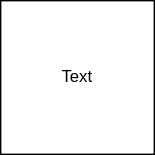
Above: 4-26-main-lab/Lab 4 - Decision Tree.svg in sdaffer/CS-142 (draw.io), before the change. Source tidied: cells renumbered, new cells last; positions are measured from the earlier drawing's top-left corner, leaving out a move shared by most shapes.
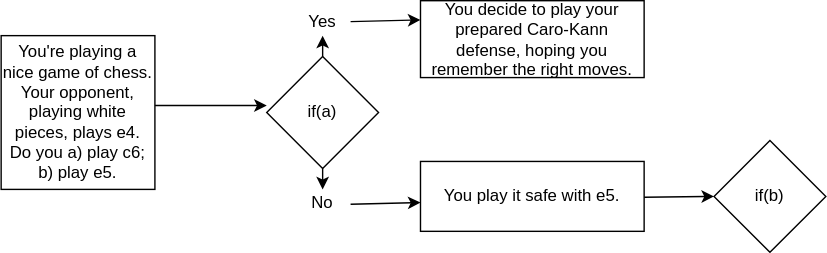
The same file after the commit.

What changed in the source:
```diff
@@ -5,8 +5,67 @@
     <mxCell id="2" style="whiteSpace=wrap;html=1;" parent="1" vertex="1">
       <mxGeometry width="110" height="110" as="geometry" />
     </mxCell>
-    <mxCell id="3" value="Text" style="text;html=1;strokeColor=none;fillColor=none;align=center;verticalAlign=middle;whiteSpace=wrap;rounded=0;" parent="1" vertex="1">
+    <mxCell id="3" value="You're playing a nice game of chess. Your opponent, playing white pieces, plays e4. Do you a) play c6; b) play e5." style="text;html=1;strokeColor=none;fillColor=none;align=center;verticalAlign=middle;whiteSpace=wrap;rounded=0;" parent="1" vertex="1">
       <mxGeometry width="110" height="110" as="geometry" />
     </mxCell>
+    <mxCell id="4" style="rhombus;whiteSpace=wrap;html=1;" parent="1" vertex="1">
+      <mxGeometry x="190" y="15" width="80" height="80" as="geometry" />
+    </mxCell>
+    <mxCell id="5" value="if(a)" style="text;html=1;strokeColor=none;fillColor=none;align=center;verticalAlign=middle;whiteSpace=wrap;rounded=0;" parent="1" vertex="1">
+      <mxGeometry x="210" y="45" width="40" height="20" as="geometry" />
+    </mxCell>
+    <mxCell id="6" style="endArrow=classic;html=1;" parent="1" edge="1">
+      <mxGeometry relative="1" as="geometry">
+        <mxPoint x="110" y="50" as="sourcePoint" />
+        <mxPoint x="190" y="50" as="targetPoint" />
+      </mxGeometry>
+    </mxCell>
+    <mxCell id="7" value="Yes" style="text;html=1;strokeColor=none;fillColor=none;align=center;verticalAlign=middle;whiteSpace=wrap;rounded=0;" parent="1" vertex="1">
+      <mxGeometry x="210" y="-20" width="40" height="20" as="geometry" />
+    </mxCell>
+    <mxCell id="8" style="endArrow=classic;html=1;entryX=0.5;entryY=0;entryDx=0;entryDy=0;" parent="1" edge="1" target="10">
+      <mxGeometry relative="1" as="geometry">
+        <mxPoint x="230" y="95" as="sourcePoint" />
+      </mxGeometry>
+    </mxCell>
+    <mxCell id="9" style="endArrow=classic;html=1;entryX=0.5;entryY=1;entryDx=0;entryDy=0;" parent="1" edge="1" target="7">
+      <mxGeometry relative="1" as="geometry">
+        <mxPoint x="230" y="15" as="sourcePoint" />
+      </mxGeometry>
+    </mxCell>
+    <mxCell id="10" value="No" style="text;html=1;strokeColor=none;fillColor=none;align=center;verticalAlign=middle;whiteSpace=wrap;rounded=0;" parent="1" vertex="1">
+      <mxGeometry x="210" y="110" width="40" height="20" as="geometry" />
+    </mxCell>
+    <mxCell id="11" value="You decide to play your prepared Caro-Kann defense, hoping you remember the right moves." style="rounded=0;whiteSpace=wrap;html=1;" parent="1" vertex="1">
+      <mxGeometry x="300" y="-25" width="160" height="55" as="geometry" />
+    </mxCell>
+    <mxCell id="12" style="rounded=0;whiteSpace=wrap;html=1;" parent="1" vertex="1">
+      <mxGeometry x="300" y="90" width="160" height="50" as="geometry" />
+    </mxCell>
+    <mxCell id="13" value="You play it safe with e5." style="text;html=1;strokeColor=none;fillColor=none;align=center;verticalAlign=middle;whiteSpace=wrap;rounded=0;" parent="1" vertex="1">
+      <mxGeometry x="300" y="90" width="160" height="50" as="geometry" />
+    </mxCell>
+    <mxCell id="14" style="endArrow=classic;html=1;entryX=0;entryY=0.25;entryDx=0;entryDy=0;" parent="1" edge="1" target="11">
+      <mxGeometry relative="1" as="geometry">
+        <mxPoint x="250" y="-10" as="sourcePoint" />
+      </mxGeometry>
+    </mxCell>
+    <mxCell id="15" style="endArrow=classic;html=1;entryX=0;entryY=0.25;entryDx=0;entryDy=0;" parent="1" edge="1">
+      <mxGeometry relative="1" as="geometry">
+        <mxPoint x="250" y="120.6" as="sourcePoint" />
+        <mxPoint x="300" y="119.4" as="targetPoint" />
+      </mxGeometry>
+    </mxCell>
+    <mxCell id="16" style="rhombus;whiteSpace=wrap;html=1;" parent="1" vertex="1">
+      <mxGeometry x="510" y="75" width="80" height="80" as="geometry" />
+    </mxCell>
+    <mxCell id="17" value="if(b)" style="text;html=1;strokeColor=none;fillColor=none;align=center;verticalAlign=middle;whiteSpace=wrap;rounded=0;" parent="1" vertex="1">
+      <mxGeometry x="530" y="105" width="40" height="20" as="geometry" />
+    </mxCell>
+    <mxCell id="18" style="endArrow=classic;html=1;entryX=0;entryY=0.5;entryDx=0;entryDy=0;" parent="1" edge="1" target="16">
+      <mxGeometry relative="1" as="geometry">
+        <mxPoint x="460" y="115.6" as="sourcePoint" />
+      </mxGeometry>
+    </mxCell>
   </root>
 </mxGraphModel>
```
